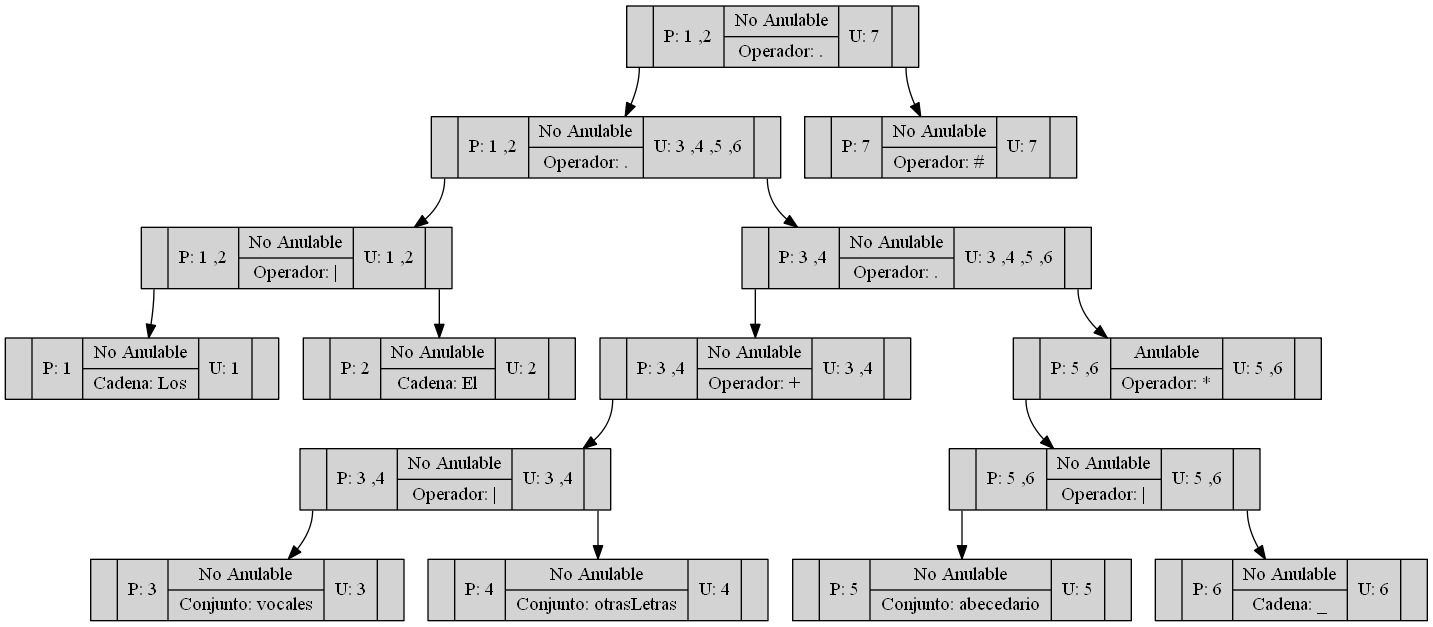
Before: OLC1_Practica1_201701133/Arbol0.png, a diagram exported from Graphviz (SelvinLP/-OLC1-Practica1_201701133). Its source is kept beside it as OLC1_Practica1_201701133/Arbol0.dot. Its diagram source:
```dot
digraph ARBOL {
rankdir=TB
node[shape=record,style=filled]
"0"[label ="<C0>|P: 1 ,2|{<C1>No Anulable|Operador: \.}|U: 7|<C2>"];
"2"[label ="<C0>|P: 1 ,2|{<C1>No Anulable|Operador: \.}|U: 3 ,4 ,5 ,6|<C2>"];
"4"[label ="<C0>|P: 1 ,2|{<C1>No Anulable|Operador: \|}|U: 1 ,2|<C2>"];
"5"[label ="<C0>|P: 1|{<C1>No Anulable|Cadena: Los }|U: 1|<C2>"];
"4":C0->"5";
"6"[label ="<C0>|P: 2|{<C1>No Anulable|Cadena: El }|U: 2|<C2>"];
"4":C2->"6";
"2":C0->"4";
"7"[label ="<C0>|P: 3 ,4|{<C1>No Anulable|Operador: \.}|U: 3 ,4 ,5 ,6|<C2>"];
"8"[label ="<C0>|P: 3 ,4|{<C1>No Anulable|Operador: \+}|U: 3 ,4|<C2>"];
"9"[label ="<C0>|P: 3 ,4|{<C1>No Anulable|Operador: \|}|U: 3 ,4|<C2>"];
"10"[label ="<C0>|P: 3|{<C1>No Anulable|Conjunto: vocales}|U: 3|<C2>"];
"9":C0->"10";
"11"[label ="<C0>|P: 4|{<C1>No Anulable|Conjunto: otrasLetras}|U: 4|<C2>"];
"9":C2->"11";
"8":C0->"9";
"7":C0->"8";
"12"[label ="<C0>|P: 5 ,6|{<C1>Anulable|Operador: \*}|U: 5 ,6|<C2>"];
"13"[label ="<C0>|P: 5 ,6|{<C1>No Anulable|Operador: \|}|U: 5 ,6|<C2>"];
"14"[label ="<C0>|P: 5|{<C1>No Anulable|Conjunto: abecedario}|U: 5|<C2>"];
"13":C0->"14";
"15"[label ="<C0>|P: 6|{<C1>No Anulable|Cadena: \_}|U: 6|<C2>"];
"13":C2->"15";
"12":C0->"13";
"7":C2->"12";
"2":C2->"7";
"0":C0->"2";
"1"[label ="<C0>|P: 7|{<C1>No Anulable|Operador: \#}|U: 7|<C2>"];
"0":C2->"1";

}
```
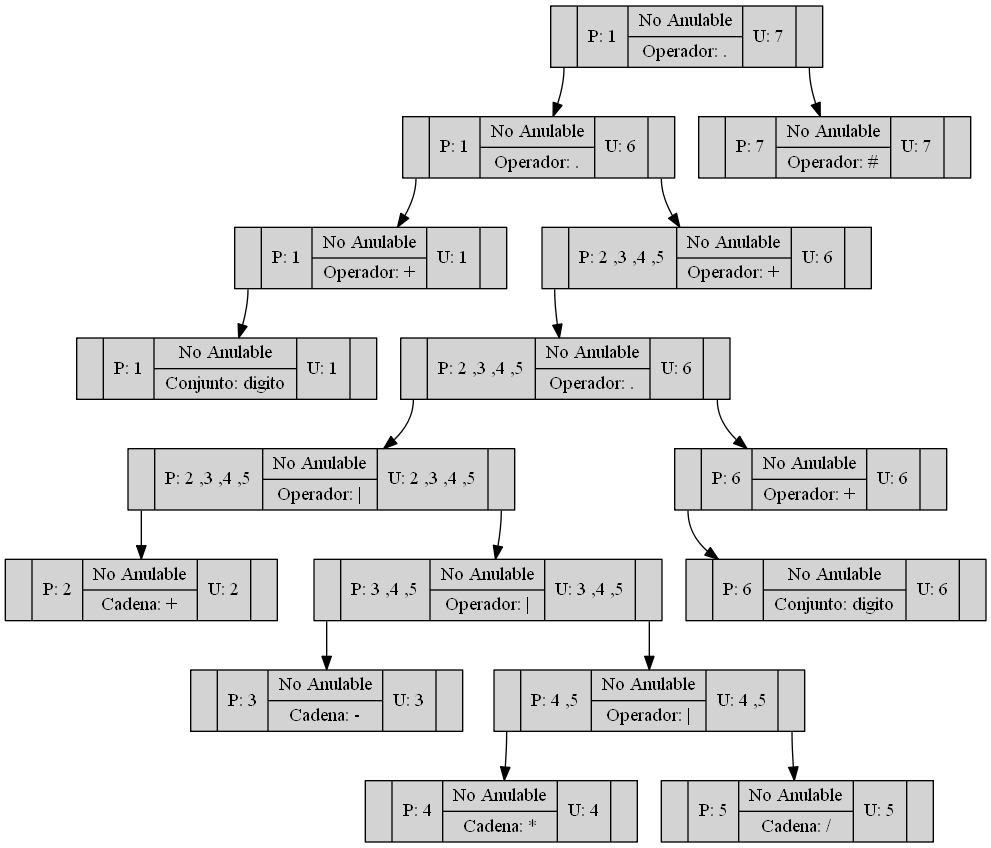
Above is the later version.

What changed in the source:
```diff
@@ -1,32 +1,34 @@
 digraph ARBOL {
 rankdir=TB
 node[shape=record,style=filled]
-"0"[label ="<C0>|P: 1 ,2|{<C1>No Anulable|Operador: \.}|U: 7|<C2>"];
-"2"[label ="<C0>|P: 1 ,2|{<C1>No Anulable|Operador: \.}|U: 3 ,4 ,5 ,6|<C2>"];
-"4"[label ="<C0>|P: 1 ,2|{<C1>No Anulable|Operador: \|}|U: 1 ,2|<C2>"];
-"5"[label ="<C0>|P: 1|{<C1>No Anulable|Cadena: Los }|U: 1|<C2>"];
+"0"[label ="<C0>|P: 1|{<C1>No Anulable|Operador: \.}|U: 7|<C2>"];
+"2"[label ="<C0>|P: 1|{<C1>No Anulable|Operador: \.}|U: 6|<C2>"];
+"4"[label ="<C0>|P: 1|{<C1>No Anulable|Operador: \+}|U: 1|<C2>"];
+"5"[label ="<C0>|P: 1|{<C1>No Anulable|Conjunto: digito}|U: 1|<C2>"];
 "4":C0->"5";
-"6"[label ="<C0>|P: 2|{<C1>No Anulable|Cadena: El }|U: 2|<C2>"];
-"4":C2->"6";
 "2":C0->"4";
-"7"[label ="<C0>|P: 3 ,4|{<C1>No Anulable|Operador: \.}|U: 3 ,4 ,5 ,6|<C2>"];
-"8"[label ="<C0>|P: 3 ,4|{<C1>No Anulable|Operador: \+}|U: 3 ,4|<C2>"];
-"9"[label ="<C0>|P: 3 ,4|{<C1>No Anulable|Operador: \|}|U: 3 ,4|<C2>"];
-"10"[label ="<C0>|P: 3|{<C1>No Anulable|Conjunto: vocales}|U: 3|<C2>"];
-"9":C0->"10";
-"11"[label ="<C0>|P: 4|{<C1>No Anulable|Conjunto: otrasLetras}|U: 4|<C2>"];
-"9":C2->"11";
+"6"[label ="<C0>|P: 2 ,3 ,4 ,5|{<C1>No Anulable|Operador: \+}|U: 6|<C2>"];
+"7"[label ="<C0>|P: 2 ,3 ,4 ,5|{<C1>No Anulable|Operador: \.}|U: 6|<C2>"];
+"8"[label ="<C0>|P: 2 ,3 ,4 ,5|{<C1>No Anulable|Operador: \|}|U: 2 ,3 ,4 ,5|<C2>"];
+"9"[label ="<C0>|P: 2|{<C1>No Anulable|Cadena: \+}|U: 2|<C2>"];
 "8":C0->"9";
+"10"[label ="<C0>|P: 3 ,4 ,5|{<C1>No Anulable|Operador: \|}|U: 3 ,4 ,5|<C2>"];
+"11"[label ="<C0>|P: 3|{<C1>No Anulable|Cadena: \-}|U: 3|<C2>"];
+"10":C0->"11";
+"12"[label ="<C0>|P: 4 ,5|{<C1>No Anulable|Operador: \|}|U: 4 ,5|<C2>"];
+"13"[label ="<C0>|P: 4|{<C1>No Anulable|Cadena: \*}|U: 4|<C2>"];
+"12":C0->"13";
+"14"[label ="<C0>|P: 5|{<C1>No Anulable|Cadena: \/}|U: 5|<C2>"];
+"12":C2->"14";
+"10":C2->"12";
+"8":C2->"10";
 "7":C0->"8";
-"12"[label ="<C0>|P: 5 ,6|{<C1>Anulable|Operador: \*}|U: 5 ,6|<C2>"];
-"13"[label ="<C0>|P: 5 ,6|{<C1>No Anulable|Operador: \|}|U: 5 ,6|<C2>"];
-"14"[label ="<C0>|P: 5|{<C1>No Anulable|Conjunto: abecedario}|U: 5|<C2>"];
-"13":C0->"14";
-"15"[label ="<C0>|P: 6|{<C1>No Anulable|Cadena: \_}|U: 6|<C2>"];
-"13":C2->"15";
-"12":C0->"13";
-"7":C2->"12";
-"2":C2->"7";
+"15"[label ="<C0>|P: 6|{<C1>No Anulable|Operador: \+}|U: 6|<C2>"];
+"16"[label ="<C0>|P: 6|{<C1>No Anulable|Conjunto: digito}|U: 6|<C2>"];
+"15":C0->"16";
+"7":C2->"15";
+"6":C0->"7";
+"2":C2->"6";
 "0":C0->"2";
 "1"[label ="<C0>|P: 7|{<C1>No Anulable|Operador: \#}|U: 7|<C2>"];
 "0":C2->"1";
```
